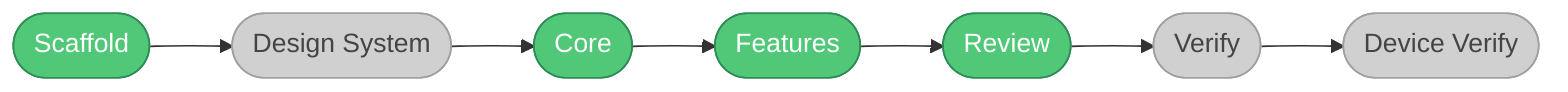
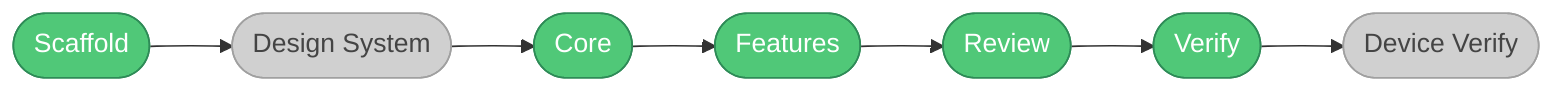
flowchart LR
    S([Scaffold]):::done
    DS([Design System]):::todo
    C([Core]):::done
    F([Features]):::done
    R([Review]):::done
-     V([Verify]):::todo
+     V([Verify]):::done
    DV([Device Verify]):::todo

    S --> DS --> C --> F --> R --> V --> DV

    classDef done fill:#50C878,stroke:#2E8B57,color:#fff
    classDef todo fill:#D0D0D0,stroke:#A0A0A0,color:#444
